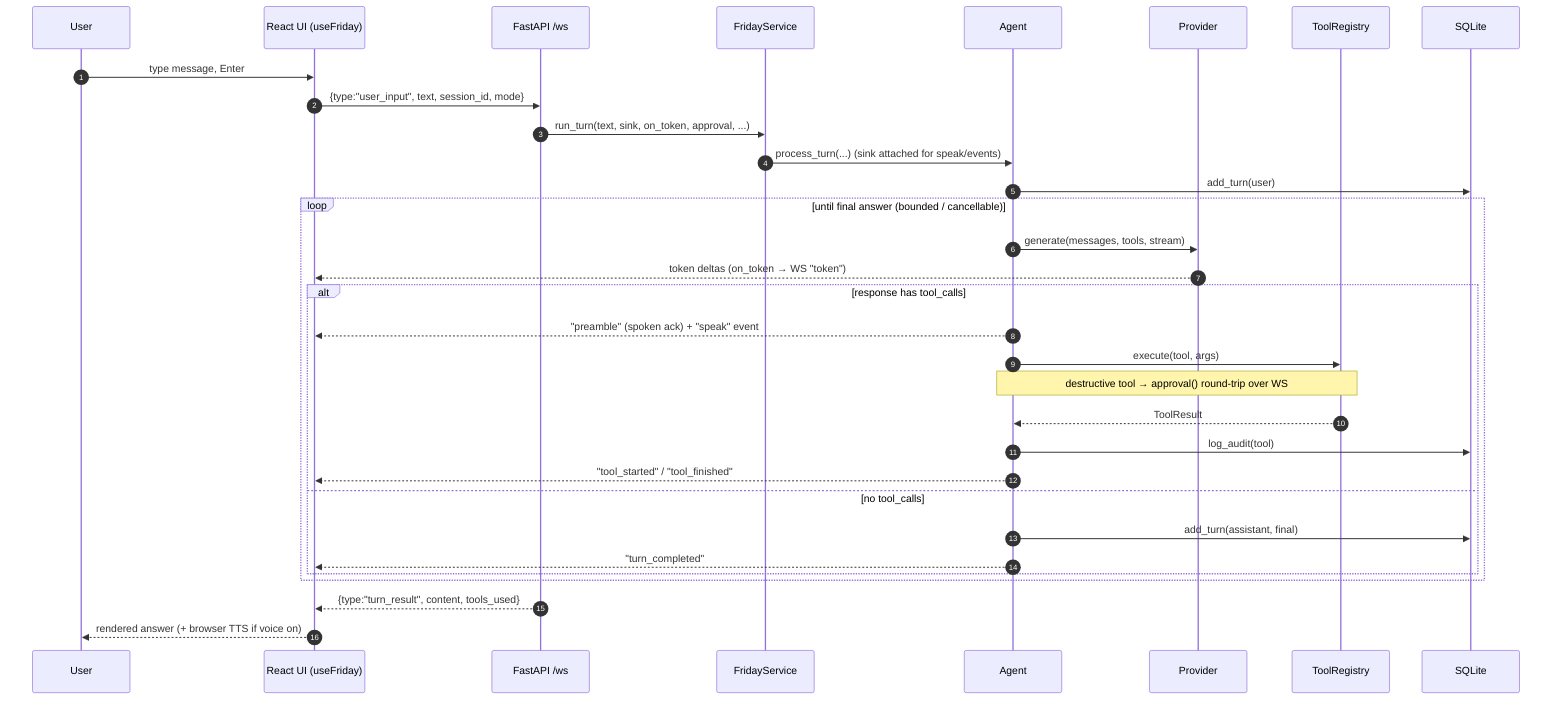
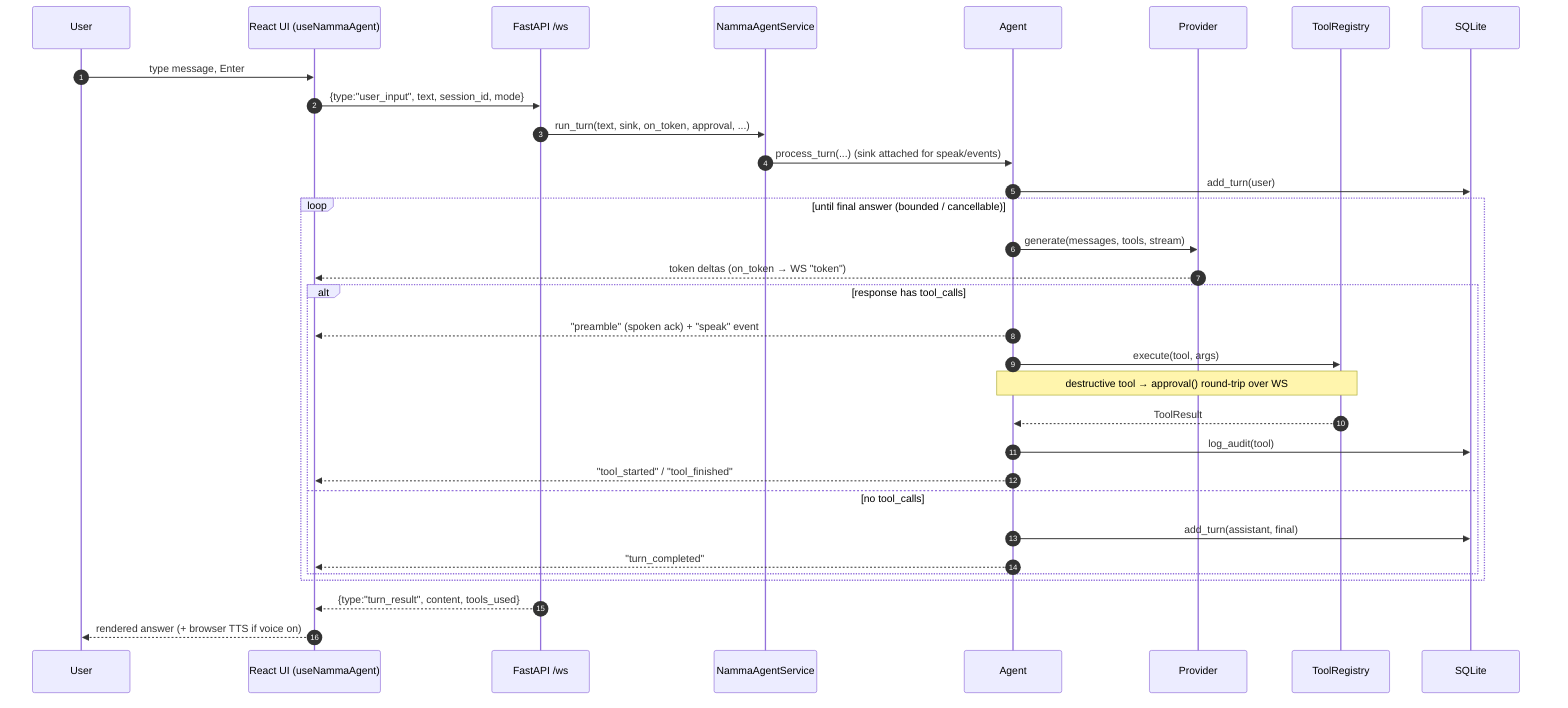
sequenceDiagram
    autonumber
    participant U as User
-     participant UI as React UI (useFriday)
+     participant UI as React UI (useNammaAgent)
    participant WS as FastAPI /ws
-     participant SV as FridayService
+     participant SV as NammaAgentService
    participant AG as Agent
    participant P as Provider
    participant T as ToolRegistry
    participant DB as SQLite

    U->>UI: type message, Enter
    UI->>WS: {type:"user_input", text, session_id, mode}
    WS->>SV: run_turn(text, sink, on_token, approval, ...)
    SV->>AG: process_turn(...)  (sink attached for speak/events)
    AG->>DB: add_turn(user)
    loop until final answer (bounded / cancellable)
        AG->>P: generate(messages, tools, stream)
        P-->>UI: token deltas (on_token → WS "token")
        alt response has tool_calls
            AG-->>UI: "preamble" (spoken ack) + "speak" event
            AG->>T: execute(tool, args)
            Note over AG,T: destructive tool → approval() round-trip over WS
            T-->>AG: ToolResult
            AG->>DB: log_audit(tool)
            AG-->>UI: "tool_started" / "tool_finished"
        else no tool_calls
            AG->>DB: add_turn(assistant, final)
            AG-->>UI: "turn_completed"
        end
    end
    WS-->>UI: {type:"turn_result", content, tools_used}
    UI-->>U: rendered answer (+ browser TTS if voice on)
